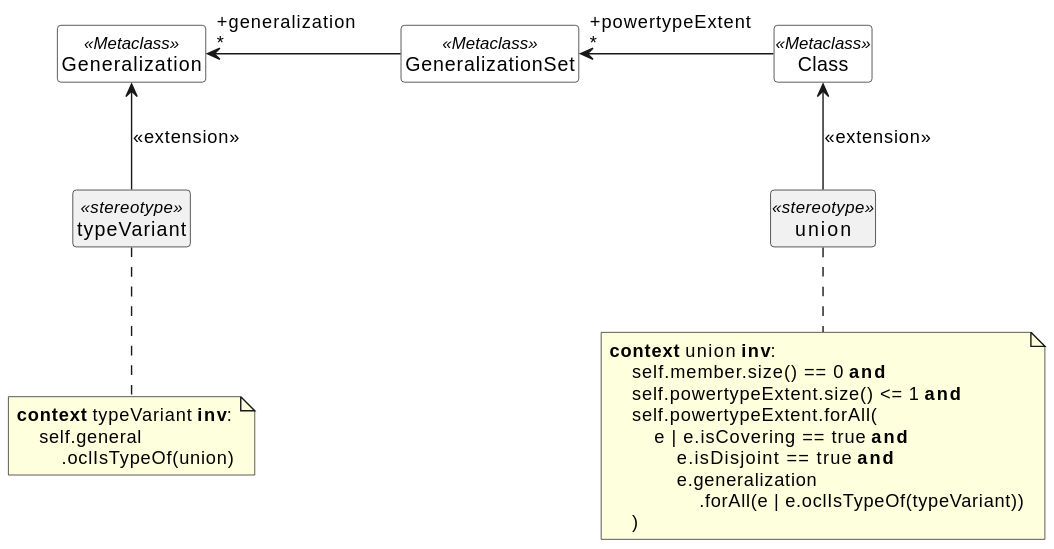
This is docs/uml-profile-union.svg from sdm-lang/tree-sitter-sdml, a PlantUML export, as it was before one commit.
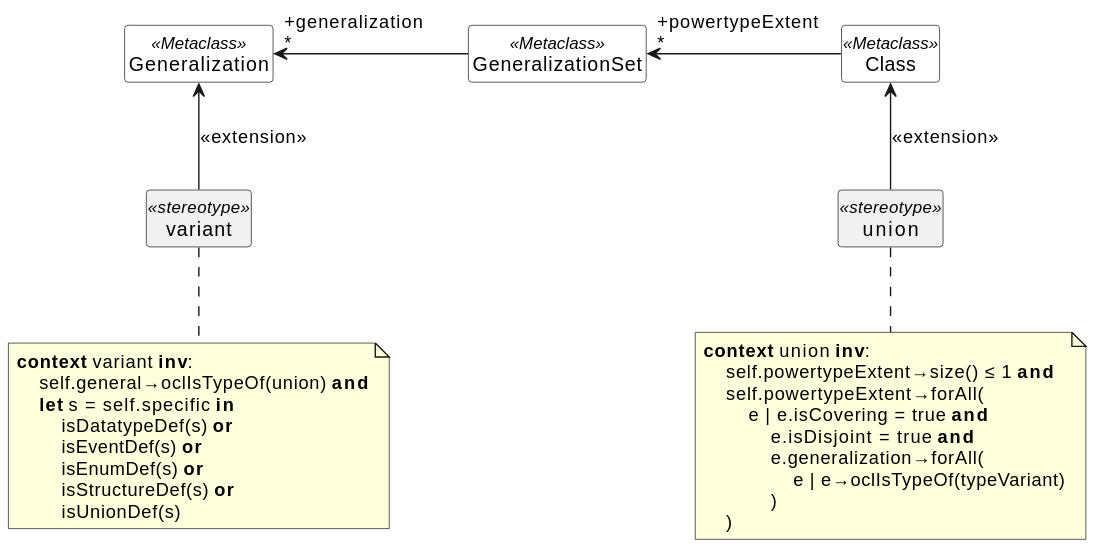
The same diagram one commit later.

What changed in the source:
```diff
@@ -19,22 +19,27 @@
 
 note bottom of union
 **context** union **inv**:
-    self.member.size() == 0 **and**
-    self.powertypeExtent.size() <= 1 **and**
-    self.powertypeExtent.forAll(
-        e | e.isCovering == true **and**
-            e.isDisjoint == true **and**
-            e.generalization
-                .forAll(e | e.oclIsTypeOf(typeVariant))
+    self.powertypeExtent→size() ≤ 1 **and**
+    self.powertypeExtent→forAll(
+        e | e.isCovering = true **and**
+            e.isDisjoint = true **and**
+            e.generalization→forAll(
+                e | e→oclIsTypeOf(typeVariant)
+            )
     )
 end note
 
-class typeVariant <<stereotype>>
-typeVariant -up->  Generalization: <<extension>>
+class variant <<stereotype>>
+variant -up->  Generalization: <<extension>>
 
-note bottom of typeVariant
-**context** typeVariant **inv**:
-    self.general
-        .oclIsTypeOf(union)
+note bottom of variant
+**context** variant **inv**:
+    self.general→oclIsTypeOf(union) **and**
+    **let** s = self.specific **in**
+        isDatatypeDef(s) **or**
+        isEventDef(s) **or**
+        isEnumDef(s) **or**
+        isStructureDef(s) **or**
+        isUnionDef(s)
 end note
 @enduml
```
